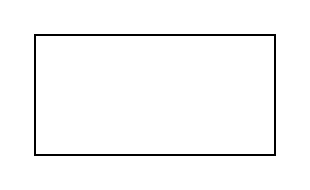
Before: test.drawio in triconlabs/Documentation, a draw.io diagram. Source tidied: cells renumbered, new cells numbered last; positions are measured from the earlier drawing's top-left corner, leaving out a move shared by most shapes. Both pictures are drawn from the tidied source at 200%, with x=0, y=0 at pixel (34, 34).
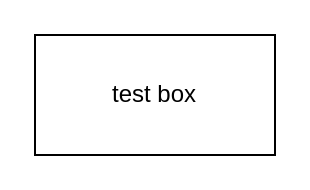
Above is the later version.

Change to the diagram source:
```diff
@@
 <mxGraphModel>
   <root>
     <mxCell id="0" />
     <mxCell id="1" parent="0" />
-    <mxCell id="2" style="rounded=0;whiteSpace=wrap;html=1;" parent="1" vertex="1">
+    <mxCell id="2" value="test box" style="rounded=0;whiteSpace=wrap;html=1;" parent="1" vertex="1">
       <mxGeometry width="120" height="60" as="geometry" />
     </mxCell>
   </root>
 </mxGraphModel>
```
